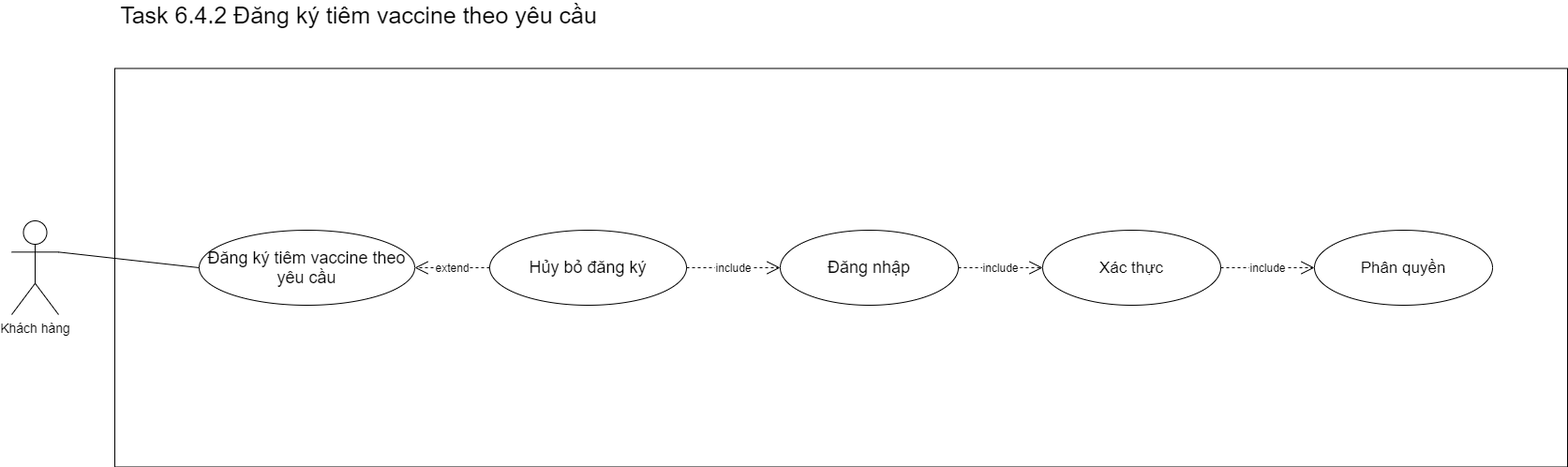
Above: Use_Case2.png in trancongphuoc/C0720G1-TRANCONGPHUOC (draw.io), before the change. Source tidied: cells renumbered, new cells last; positions are measured from the earlier drawing's top-left corner, leaving out a move shared by most shapes.
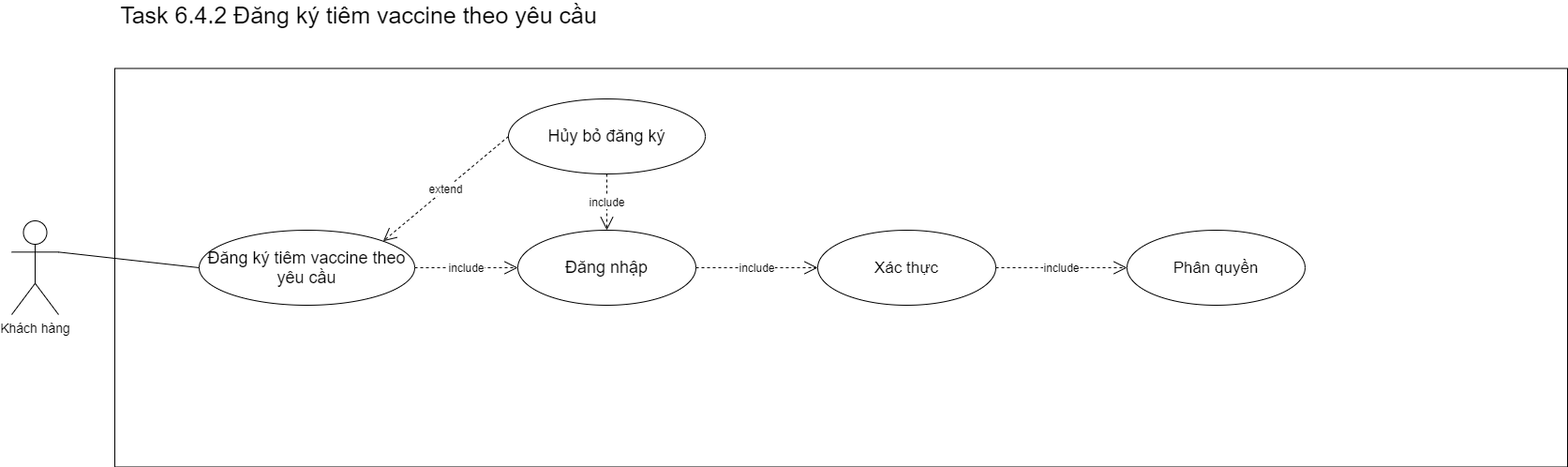
After the commit.

Diff of the diagram source:
```diff
@@ -12,28 +12,30 @@
       <mxGeometry x="200" y="240" width="230" height="80" as="geometry" />
     </mxCell>
     <mxCell id="5" value="&lt;font style=&quot;font-size: 18px&quot;&gt;Hủy bỏ đăng ký&lt;/font&gt;" style="ellipse;whiteSpace=wrap;html=1;" parent="1" vertex="1">
-      <mxGeometry x="510" y="240" width="210" height="80" as="geometry" />
+      <mxGeometry x="530" y="100" width="210" height="80" as="geometry" />
     </mxCell>
-    <mxCell id="6" value="&lt;font style=&quot;font-size: 12px&quot;&gt;extend&lt;/font&gt;" style="endArrow=open;endSize=12;dashed=1;html=1;exitX=0;exitY=0.5;exitDx=0;exitDy=0;entryX=1;entryY=0.5;entryDx=0;entryDy=0;" parent="1" edge="1" source="5" target="4">
+    <mxCell id="6" value="&lt;font style=&quot;font-size: 12px&quot;&gt;extend&lt;/font&gt;" style="endArrow=open;endSize=12;dashed=1;html=1;exitX=0;exitY=0.5;exitDx=0;exitDy=0;entryX=1;entryY=0;entryDx=0;entryDy=0;" parent="1" edge="1" source="5" target="4">
       <mxGeometry relative="1" as="geometry" />
     </mxCell>
     <mxCell id="7" style="endArrow=none;html=1;exitX=1;exitY=0.3333333333333333;exitDx=0;exitDy=0;exitPerimeter=0;entryX=0;entryY=0.5;entryDx=0;entryDy=0;" parent="1" edge="1" source="2" target="4">
       <mxGeometry relative="1" as="geometry" />
     </mxCell>
     <mxCell id="8" value="&lt;font style=&quot;font-size: 18px&quot;&gt;Đăng nhập&lt;/font&gt;" style="ellipse;whiteSpace=wrap;html=1;" parent="1" vertex="1">
-      <mxGeometry x="820" y="240" width="190" height="80" as="geometry" />
+      <mxGeometry x="540" y="240" width="190" height="80" as="geometry" />
     </mxCell>
-    <mxCell id="9" value="&lt;font style=&quot;font-size: 12px&quot;&gt;include&lt;br&gt;&lt;/font&gt;" style="endArrow=open;endSize=12;dashed=1;html=1;entryX=0;entryY=0.5;entryDx=0;entryDy=0;exitX=1;exitY=0.5;exitDx=0;exitDy=0;" parent="1" edge="1" source="5" target="8">
-      <mxGeometry relative="1" as="geometry" />
+    <mxCell id="9" value="&lt;font style=&quot;font-size: 12px&quot;&gt;include&lt;br&gt;&lt;/font&gt;" style="endArrow=open;endSize=12;dashed=1;html=1;entryX=0;entryY=0.5;entryDx=0;entryDy=0;" parent="1" edge="1" target="8">
+      <mxGeometry relative="1" as="geometry">
+        <mxPoint x="430" y="280" as="sourcePoint" />
+      </mxGeometry>
     </mxCell>
     <mxCell id="10" value="&lt;font style=&quot;font-size: 17px&quot;&gt;Xác thực&lt;/font&gt;" style="ellipse;whiteSpace=wrap;html=1;" parent="1" vertex="1">
-      <mxGeometry x="1100" y="240" width="190" height="80" as="geometry" />
+      <mxGeometry x="860" y="240" width="190" height="80" as="geometry" />
     </mxCell>
     <mxCell id="11" value="&lt;font style=&quot;font-size: 12px&quot;&gt;include&lt;br&gt;&lt;/font&gt;" style="endArrow=open;endSize=12;dashed=1;html=1;entryX=0;entryY=0.5;entryDx=0;entryDy=0;exitX=1;exitY=0.5;exitDx=0;exitDy=0;" parent="1" edge="1" source="8" target="10">
       <mxGeometry relative="1" as="geometry" />
     </mxCell>
     <mxCell id="12" value="&lt;font style=&quot;font-size: 17px&quot;&gt;Phân quyền&lt;/font&gt;" style="ellipse;whiteSpace=wrap;html=1;" parent="1" vertex="1">
-      <mxGeometry x="1390" y="240" width="190" height="80" as="geometry" />
+      <mxGeometry x="1190" y="240" width="190" height="80" as="geometry" />
     </mxCell>
     <mxCell id="13" value="&lt;font style=&quot;font-size: 12px&quot;&gt;include&lt;br&gt;&lt;/font&gt;" style="endArrow=open;endSize=12;dashed=1;html=1;entryX=0;entryY=0.5;entryDx=0;entryDy=0;exitX=1;exitY=0.5;exitDx=0;exitDy=0;" parent="1" edge="1" source="10" target="12">
       <mxGeometry relative="1" as="geometry" />
@@ -41,5 +43,8 @@
     <mxCell id="14" value="&lt;font style=&quot;font-size: 25px&quot;&gt;Task 6.4.2 Đăng ký tiêm vaccine theo yêu cầu&lt;/font&gt;" style="text;html=1;align=center;verticalAlign=middle;" parent="1" vertex="1">
       <mxGeometry x="110" width="520" height="20" as="geometry" />
     </mxCell>
+    <mxCell id="15" value="&lt;font style=&quot;font-size: 12px&quot;&gt;include&lt;br&gt;&lt;/font&gt;" style="endArrow=open;endSize=12;dashed=1;html=1;entryX=0.5;entryY=0;entryDx=0;entryDy=0;exitX=0.5;exitY=1;exitDx=0;exitDy=0;" parent="1" edge="1" source="5" target="8">
+      <mxGeometry relative="1" as="geometry" />
+    </mxCell>
   </root>
 </mxGraphModel>
```
